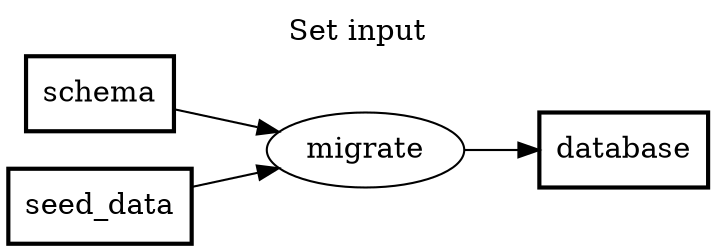
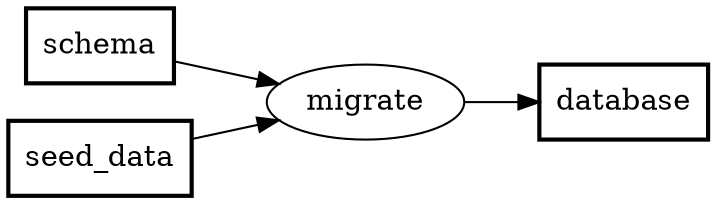
digraph PFDSL {
  rankdir=LR;
  newrank=true;
-   label="Set input";
-   labelloc="t";

  "database" [shape=box, label="database", penwidth="2"];
  "migrate" [shape=ellipse, label="migrate"];
  "schema" [shape=box, label="schema", penwidth="2"];
  "seed_data" [shape=box, label="seed_data", penwidth="2"];

  "schema" -> "migrate";
  "seed_data" -> "migrate";
  "migrate" -> "database";
}
